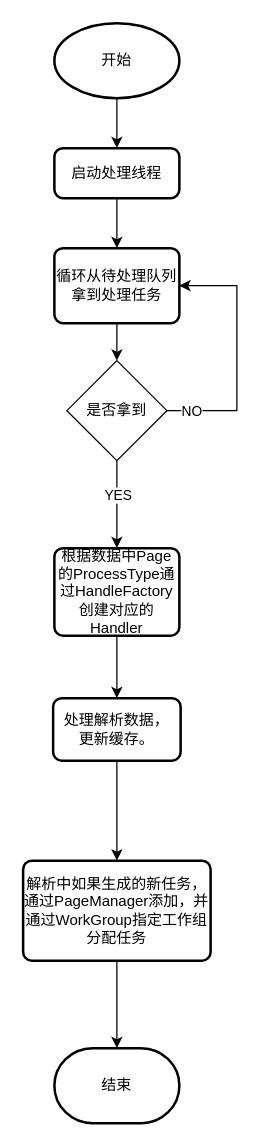
Above: page "处理数据流程" (3 of 9) of Designs.drawio in AugustusGao/CommonReptile (draw.io), before the change. Source tidied: cells renumbered, new cells numbered last; positions are measured from the earlier drawing's top-left corner, leaving out a move shared by most shapes. Both pictures are drawn from the tidied source at 125%, with x=0, y=0 at pixel (22, 22).
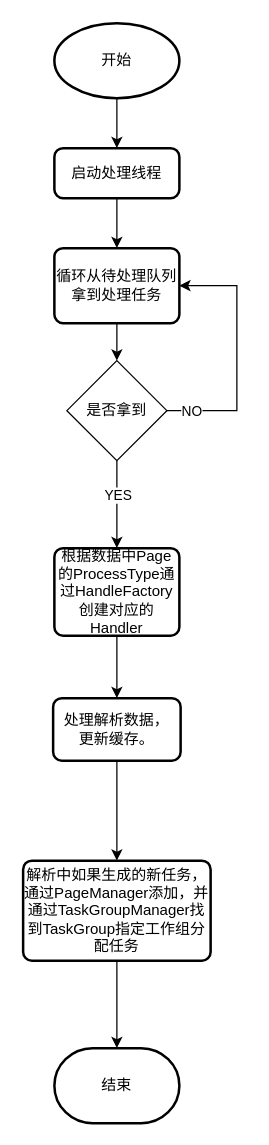
The same diagram, later.

What changed in the source:
```diff
@@
-    <mxCell id="19" value="&lt;span&gt;解析中如果生成的新任务，通过PageManager添加，并通过WorkGroup指定工作组分配任务&lt;/span&gt;" style="rounded=1;whiteSpace=wrap;html=1;absoluteArcSize=1;arcSize=14;strokeWidth=2;" parent="1" vertex="1">
+    <mxCell id="19" value="&lt;span&gt;解析中如果生成的新任务，通过PageManager添加，并通过TaskGroupManager找到TaskGroup指定工作组分配任务&lt;/span&gt;" style="rounded=1;whiteSpace=wrap;html=1;absoluteArcSize=1;arcSize=14;strokeWidth=2;" parent="1" vertex="1">
       <mxGeometry y="670" width="150" height="80" as="geometry" />
     </mxCell>
```
